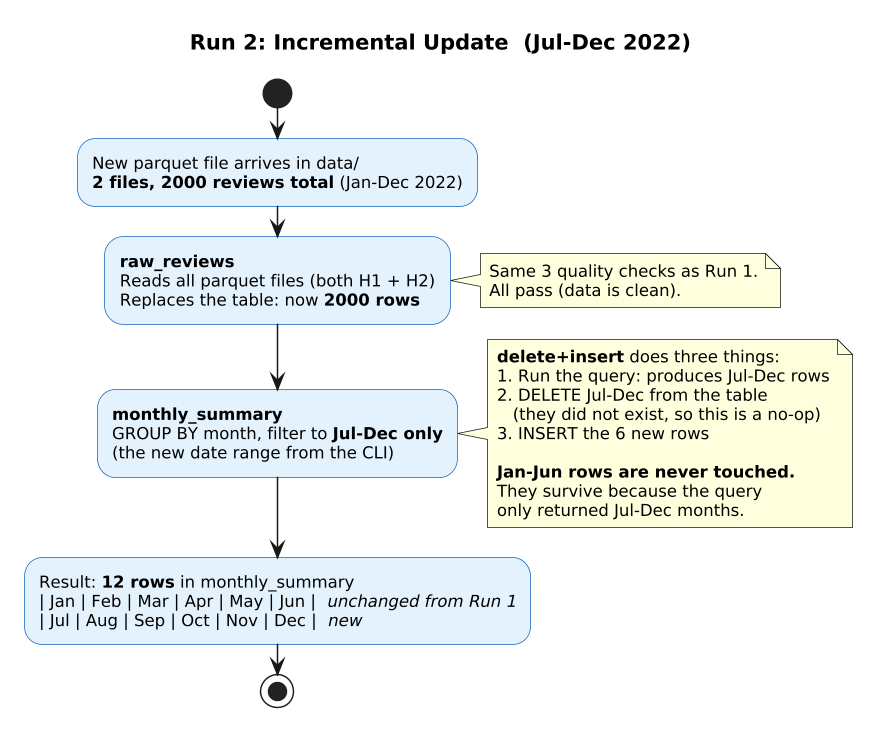
Before: img/diagram-bruin-run2.png, a diagram exported from PlantUML (ilyamusabirov/525next-steps). Source of this version:
```plantuml
@startuml
scale 1.5
skinparam defaultFontSize 11
skinparam ActivityBackgroundColor #e3f2fd
skinparam ActivityBorderColor #1565c0

title Run 2: Incremental Update  (Jul-Dec 2022)

start
:New parquet file arrives in data/\n**2 files, 2000 reviews total** (Jan-Dec 2022);

:**raw_reviews**\nReads all parquet files (both H1 + H2)\nReplaces the table: now **2000 rows**;
note right
  Same 3 quality checks as Run 1.
  All pass (data is clean).
end note

:**monthly_summary**\nGROUP BY month, filter to **Jul-Dec only**\n(the new date range from the CLI);
note right
  **delete+insert** does three things:
  1. Run the query: produces Jul-Dec rows
  2. DELETE Jul-Dec from the table
     (they did not exist, so this is a no-op)
  3. INSERT the 6 new rows

  **Jan-Jun rows are never touched.**
  They survive because the query
  only returned Jul-Dec months.
end note

:Result: **12 rows** in monthly_summary
| Jan | Feb | Mar | Apr | May | Jun |  //unchanged from Run 1//
| Jul | Aug | Sep | Oct | Nov | Dec |  //new//;
stop
@enduml
```
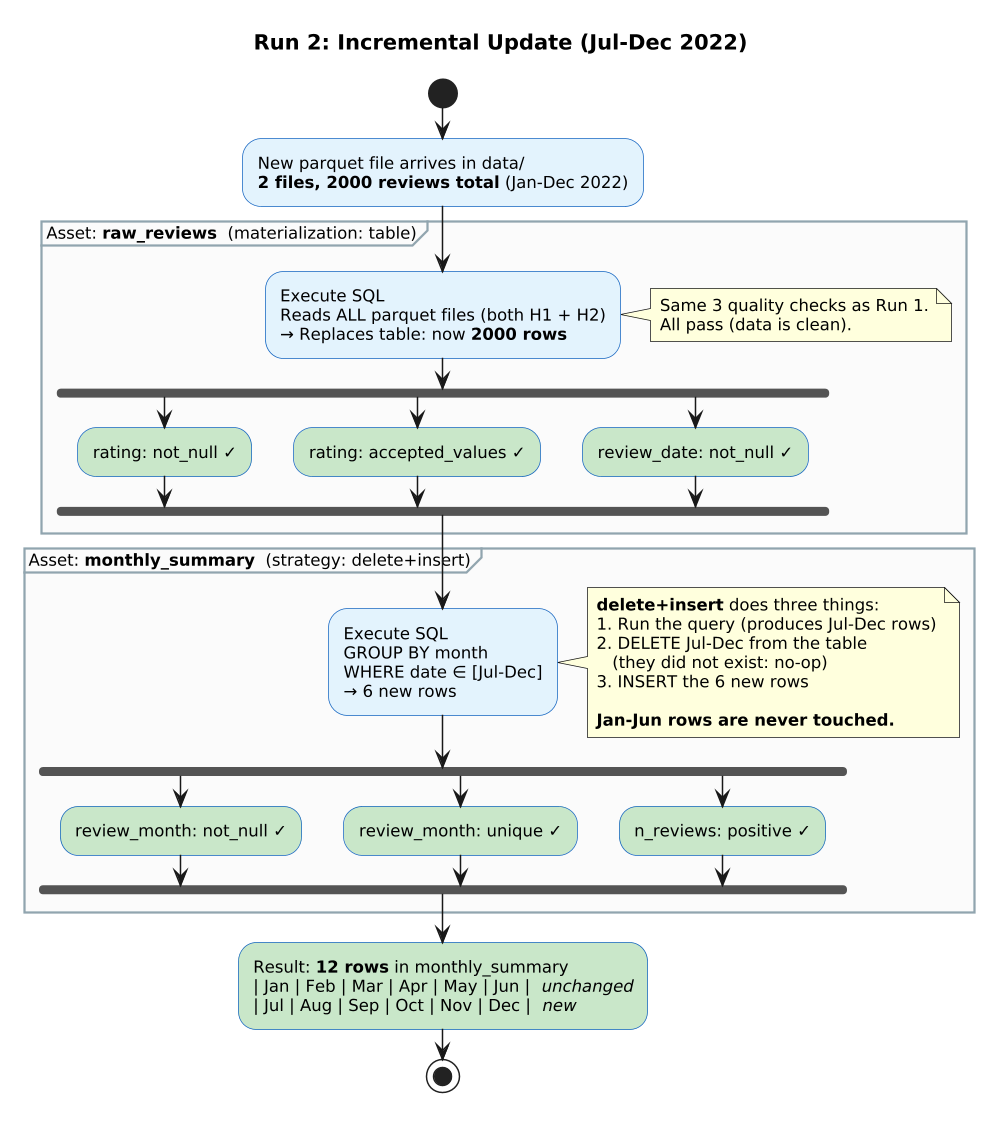
The same diagram one commit later.

What changed in the source:
```diff
@@ -3,33 +3,56 @@
 skinparam defaultFontSize 11
 skinparam ActivityBackgroundColor #e3f2fd
 skinparam ActivityBorderColor #1565c0
+skinparam DiamondBackgroundColor #fff9c4
+skinparam DiamondBorderColor #f0c040
+skinparam PartitionBackgroundColor #fafafa
+skinparam PartitionBorderColor #90a4ae
 
-title Run 2: Incremental Update  (Jul-Dec 2022)
+title Run 2: Incremental Update (Jul-Dec 2022)
 
 start
 :New parquet file arrives in data/\n**2 files, 2000 reviews total** (Jan-Dec 2022);
 
-:**raw_reviews**\nReads all parquet files (both H1 + H2)\nReplaces the table: now **2000 rows**;
-note right
-  Same 3 quality checks as Run 1.
-  All pass (data is clean).
-end note
+partition "Asset: **raw_reviews**  (materialization: table)" {
+  :Execute SQL\nReads ALL parquet files (both H1 + H2)\n→ Replaces table: now **2000 rows**;
+  note right
+    Same 3 quality checks as Run 1.
+    All pass (data is clean).
+  end note
 
-:**monthly_summary**\nGROUP BY month, filter to **Jul-Dec only**\n(the new date range from the CLI);
-note right
-  **delete+insert** does three things:
-  1. Run the query: produces Jul-Dec rows
-  2. DELETE Jul-Dec from the table
-     (they did not exist, so this is a no-op)
-  3. INSERT the 6 new rows
+  fork
+    :rating: not_null ✓; <<#c8e6c9>>
+  fork again
+    :rating: accepted_values ✓; <<#c8e6c9>>
+  fork again
+    :review_date: not_null ✓; <<#c8e6c9>>
+  end fork
+}
 
-  **Jan-Jun rows are never touched.**
-  They survive because the query
-  only returned Jul-Dec months.
-end note
+partition "Asset: **monthly_summary**  (strategy: delete+insert)" {
+  :Execute SQL\nGROUP BY month\nWHERE date ∈ [Jul-Dec]\n→ 6 new rows;
+
+  note right
+    **delete+insert** does three things:
+    1. Run the query (produces Jul-Dec rows)
+    2. DELETE Jul-Dec from the table
+       (they did not exist: no-op)
+    3. INSERT the 6 new rows
+
+    **Jan-Jun rows are never touched.**
+  end note
+
+  fork
+    :review_month: not_null ✓; <<#c8e6c9>>
+  fork again
+    :review_month: unique ✓; <<#c8e6c9>>
+  fork again
+    :n_reviews: positive ✓; <<#c8e6c9>>
+  end fork
+}
 
 :Result: **12 rows** in monthly_summary
-| Jan | Feb | Mar | Apr | May | Jun |  //unchanged from Run 1//
-| Jul | Aug | Sep | Oct | Nov | Dec |  //new//;
+| Jan | Feb | Mar | Apr | May | Jun |  //unchanged//
+| Jul | Aug | Sep | Oct | Nov | Dec |  //new//; <<#c8e6c9>>
 stop
 @enduml
```
